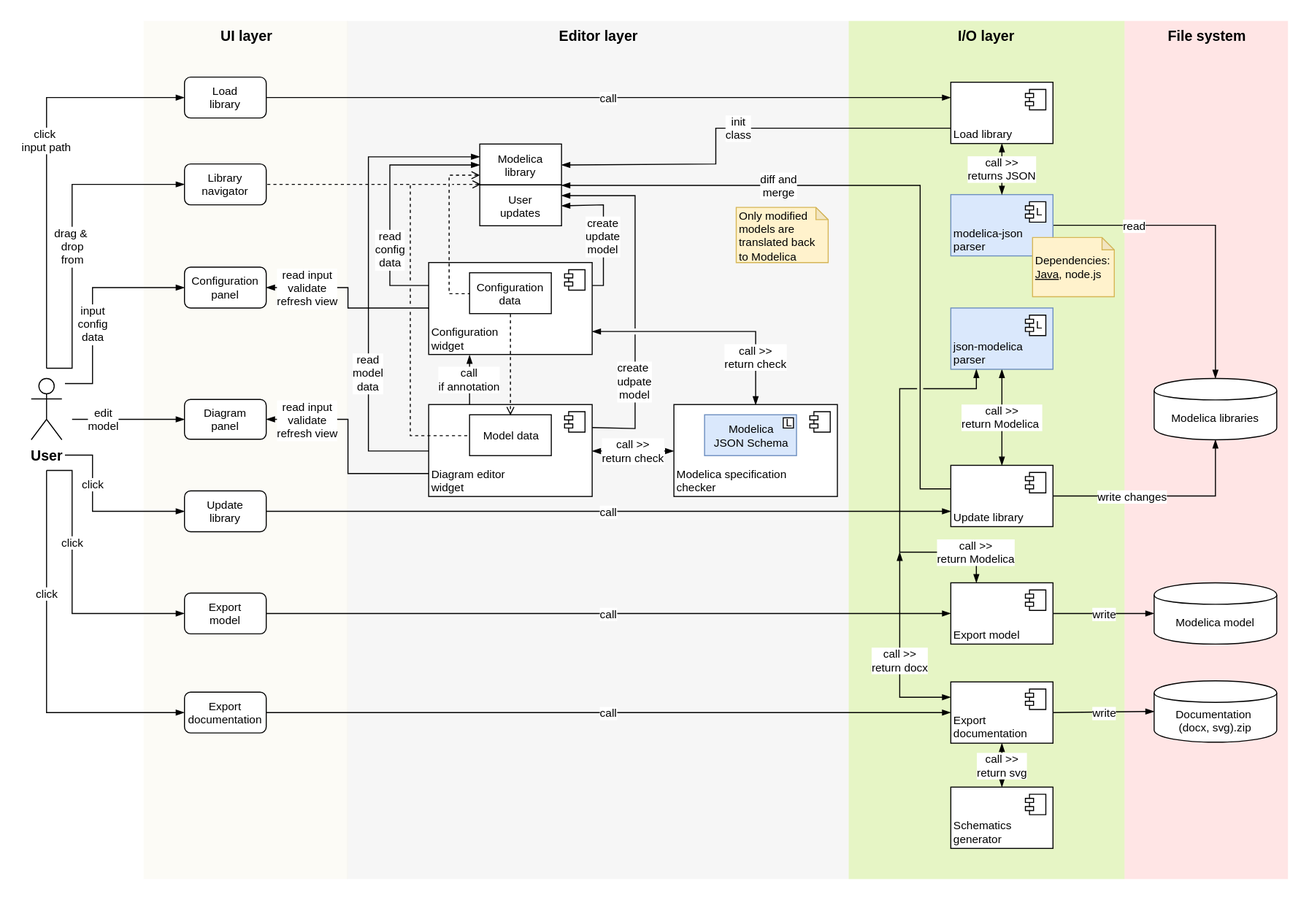
lbl-srg/ctrl-flow keeps this draw.io diagram as specification/source/img/linkage_architecture_0.svg. Above is the earlier version. Source tidied: cells renumbered, new cells last; positions are measured from the earlier drawing's top-left corner, leaving out a move shared by most shapes.
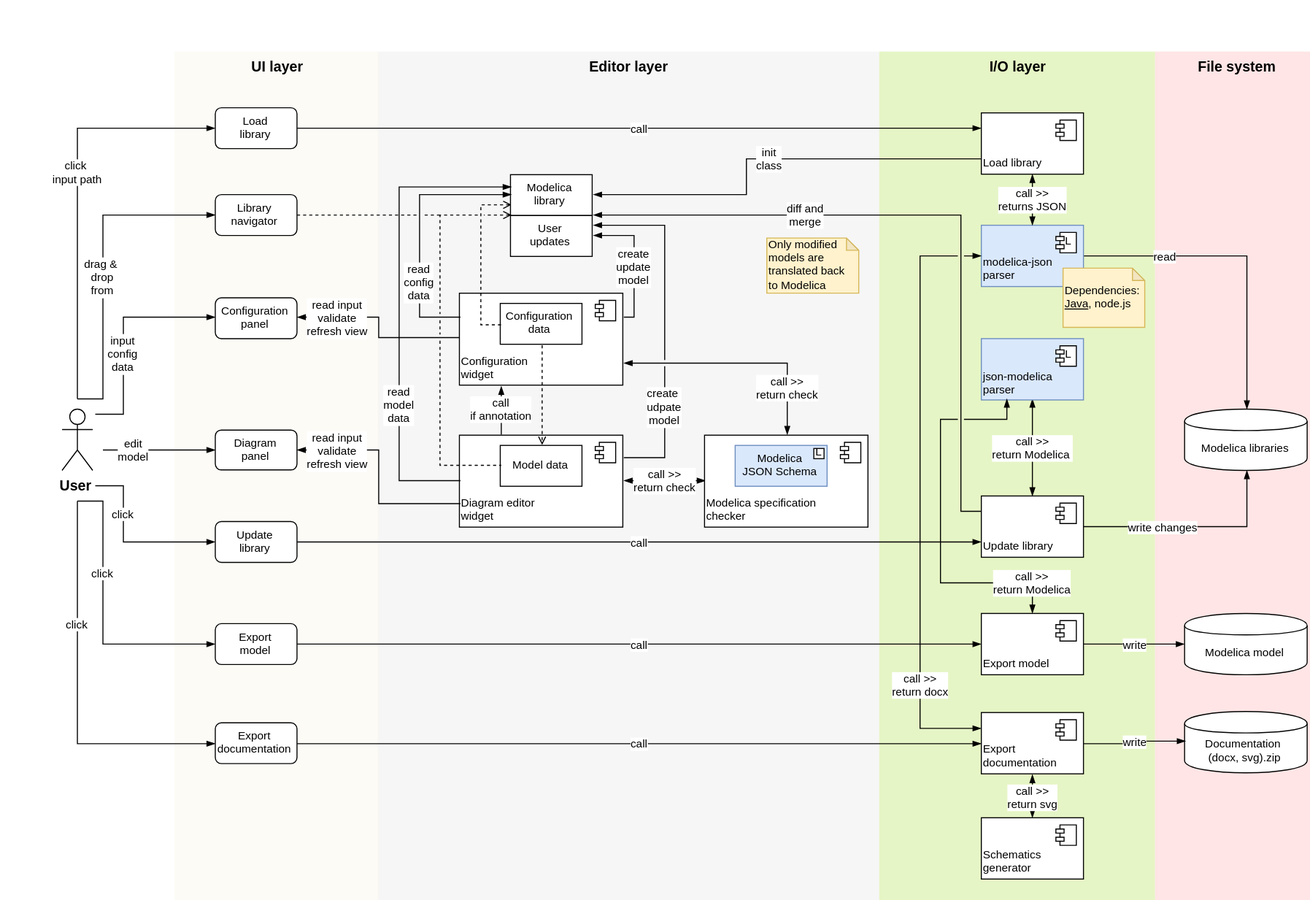
Above is the later version.

Diff of the diagram source:
```diff
@@ -148,11 +148,11 @@
     <mxCell id="32" style="ellipse;whiteSpace=wrap;html=1;fillColor=none;align=center;strokeColor=none;fontSize=14;fontStyle=1;" parent="1" vertex="1">
       <mxGeometry y="340" width="50" height="100" as="geometry" />
     </mxCell>
-    <mxCell id="33" value="diff and&lt;br style=&quot;font-size: 11px;&quot;&gt;merge" style="edgeStyle=orthogonalEdgeStyle;rounded=0;jettySize=auto;html=1;exitX=0.013;exitY=0.289;exitDx=0;exitDy=0;endArrow=blockThin;endFill=1;jumpStyle=gap;entryX=0.997;entryY=0.014;entryDx=0;entryDy=0;entryPerimeter=0;exitPerimeter=0;fontSize=11;" parent="1" edge="1" source="36" target="26">
+    <mxCell id="33" value="diff and&lt;br style=&quot;font-size: 11px;&quot;&gt;merge" style="edgeStyle=orthogonalEdgeStyle;rounded=0;jettySize=auto;html=1;exitX=0;exitY=0.25;exitDx=0;exitDy=0;endArrow=blockThin;endFill=1;jumpStyle=gap;entryX=0.997;entryY=0.014;entryDx=0;entryDy=0;entryPerimeter=0;fontSize=11;" parent="1" edge="1" source="36" target="26">
       <mxGeometry x="0.38" relative="1" as="geometry">
         <Array as="points">
-          <mxPoint x="880" y="458" />
-          <mxPoint x="880" y="161" />
+          <mxPoint x="890" y="450" />
+          <mxPoint x="890" y="161" />
         </Array>
       </mxGeometry>
     </mxCell>
@@ -247,13 +247,13 @@
         <mxPoint x="-27" y="7" as="offset" />
       </mxGeometry>
     </mxCell>
-    <mxCell id="57" value="call &amp;gt;&amp;gt;&lt;br style=&quot;font-size: 11px&quot;&gt;return Modelica" style="edgeStyle=orthogonalEdgeStyle;rounded=0;jumpStyle=gap;jettySize=auto;html=1;entryX=0.25;entryY=0;entryDx=0;entryDy=0;startArrow=blockThin;startFill=1;endArrow=blockThin;endFill=1;exitX=0.25;exitY=1;exitDx=0;exitDy=0;fontSize=11;" parent="1" edge="1" source="48" target="53">
+    <mxCell id="57" value="call &amp;gt;&amp;gt;&lt;br style=&quot;font-size: 11px&quot;&gt;return Modelica" style="edgeStyle=orthogonalEdgeStyle;rounded=0;jumpStyle=gap;jettySize=auto;html=1;entryX=0.5;entryY=0;entryDx=0;entryDy=0;startArrow=blockThin;startFill=1;endArrow=blockThin;endFill=1;exitX=0.25;exitY=1;exitDx=0;exitDy=0;fontSize=11;" parent="1" edge="1" source="48" target="53">
       <mxGeometry x="0.83" relative="1" as="geometry">
         <Array as="points">
           <mxPoint x="935" y="360" />
-          <mxPoint x="860" y="360" />
-          <mxPoint x="860" y="520" />
-          <mxPoint x="935" y="520" />
+          <mxPoint x="870" y="360" />
+          <mxPoint x="870" y="520" />
+          <mxPoint x="960" y="520" />
         </Array>
       </mxGeometry>
     </mxCell>
@@ -277,11 +277,11 @@
         <mxPoint x="-27" y="7" as="offset" />
       </mxGeometry>
     </mxCell>
-    <mxCell id="64" value="call &amp;gt;&amp;gt;&lt;br style=&quot;font-size: 11px&quot;&gt;return docx" style="edgeStyle=orthogonalEdgeStyle;rounded=0;jumpStyle=gap;jettySize=auto;html=1;entryX=0;entryY=0.25;entryDx=0;entryDy=0;startArrow=blockThin;startFill=1;endArrow=blockThin;endFill=1;fontSize=11;" parent="1" edge="1" target="62">
-      <mxGeometry x="0.1" relative="1" as="geometry">
-        <mxPoint x="860" y="520" as="sourcePoint" />
+    <mxCell id="64" value="call &amp;gt;&amp;gt;&lt;br style=&quot;font-size: 11px&quot;&gt;return docx" style="edgeStyle=orthogonalEdgeStyle;rounded=0;jumpStyle=gap;jettySize=auto;html=1;entryX=0;entryY=0.25;entryDx=0;entryDy=0;startArrow=blockThin;startFill=1;endArrow=blockThin;endFill=1;fontSize=11;exitX=0;exitY=0.5;exitDx=0;exitDy=0;" parent="1" edge="1" source="18" target="62">
+      <mxGeometry x="0.65" relative="1" as="geometry">
         <Array as="points">
-          <mxPoint x="860" y="662" />
+          <mxPoint x="850" y="200" />
+          <mxPoint x="850" y="662" />
         </Array>
       </mxGeometry>
     </mxCell>
```
